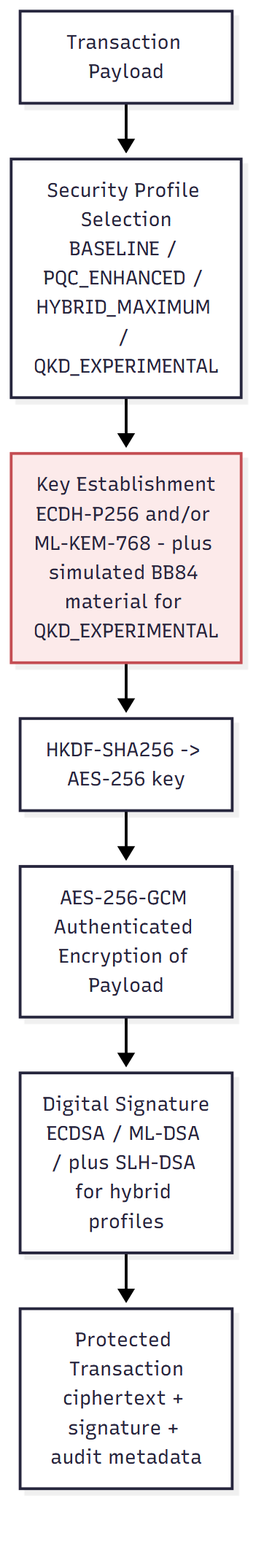
Debshata/QSFD keeps this Mermaid diagram as report/common/figures/layer2_crypto_workflow.png. Above is the earlier version. Its source is kept beside it as artifacts/diagrams_src/layer2_crypto_workflow.mmd. The source it was exported from:
```mermaid
graph TD
    A[Transaction Payload] --> B[Security Profile Selection<br/>BASELINE / PQC_ENHANCED / HYBRID_MAXIMUM / QKD_EXPERIMENTAL]
    B --> C[Key Establishment<br/>ECDH-P256 and/or ML-KEM-768 - plus simulated BB84 material for QKD_EXPERIMENTAL]
    C --> D[HKDF-SHA256 -> AES-256 key]
    D --> E[AES-256-GCM Authenticated Encryption of Payload]
    E --> F[Digital Signature<br/>ECDSA / ML-DSA / plus SLH-DSA for hybrid profiles]
    F --> G[Protected Transaction<br/>ciphertext + signature + audit metadata]
    style C fill:#FCEAEA,stroke:#C44E52
```
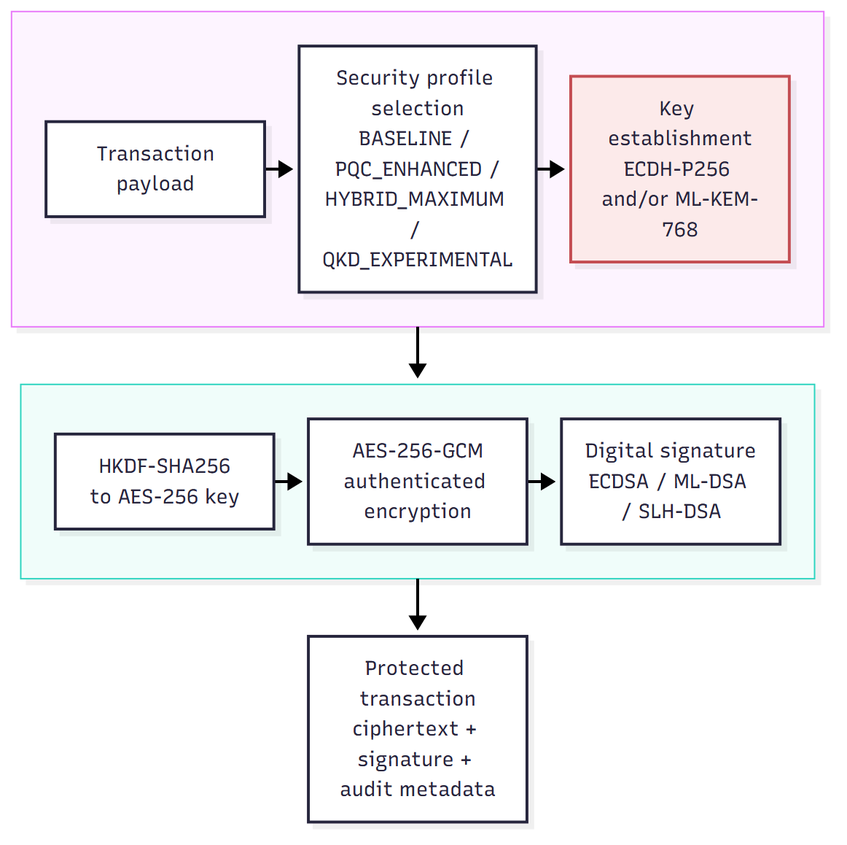
After the change.

Diff of the diagram source:
```diff
@@ -1,8 +1,12 @@
-graph TD
-    A[Transaction Payload] --> B[Security Profile Selection<br/>BASELINE / PQC_ENHANCED / HYBRID_MAXIMUM / QKD_EXPERIMENTAL]
-    B --> C[Key Establishment<br/>ECDH-P256 and/or ML-KEM-768 - plus simulated BB84 material for QKD_EXPERIMENTAL]
-    C --> D[HKDF-SHA256 -> AES-256 key]
-    D --> E[AES-256-GCM Authenticated Encryption of Payload]
-    E --> F[Digital Signature<br/>ECDSA / ML-DSA / plus SLH-DSA for hybrid profiles]
-    F --> G[Protected Transaction<br/>ciphertext + signature + audit metadata]
+flowchart TB
+    subgraph R1[" "]
+        direction LR
+        A[Transaction<br/>payload] --> B[Security profile selection<br/>BASELINE / PQC_ENHANCED /<br/>HYBRID_MAXIMUM / QKD_EXPERIMENTAL] --> C[Key establishment<br/>ECDH-P256 and/or ML-KEM-768]
+    end
+    subgraph R2[" "]
+        direction LR
+        D[HKDF-SHA256<br/>to AES-256 key] --> E[AES-256-GCM<br/>authenticated encryption] --> F[Digital signature<br/>ECDSA / ML-DSA / SLH-DSA]
+    end
+    R1 --> R2
+    R2 --> G[Protected transaction<br/>ciphertext + signature + audit metadata]
     style C fill:#FCEAEA,stroke:#C44E52
```
